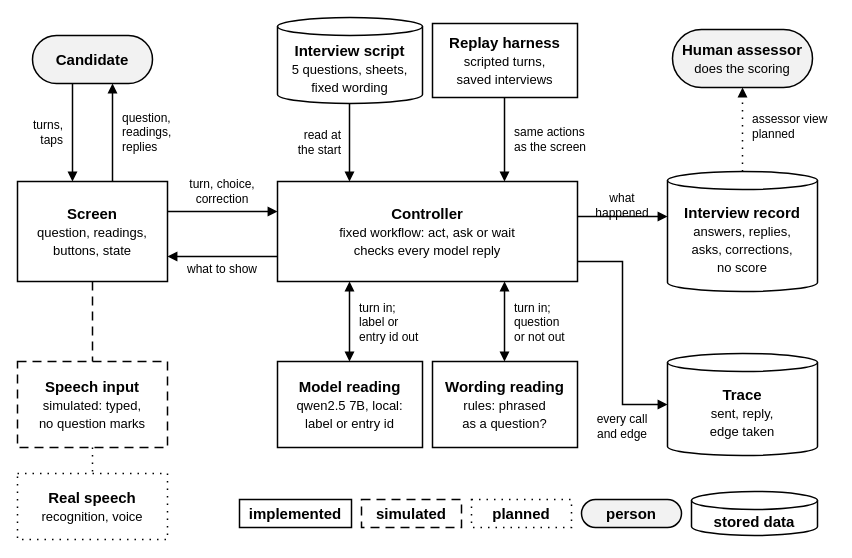
The draw.io diagram docs/architecture.drawio in ShreehariA/turncheck, before the edit. Source tidied: cells renumbered, new cells numbered last; positions are measured from the earlier drawing's top-left corner, leaving out a move shared by most shapes. Both pictures are drawn from the tidied source at 100%, with x=0, y=0 at pixel (17, 17).
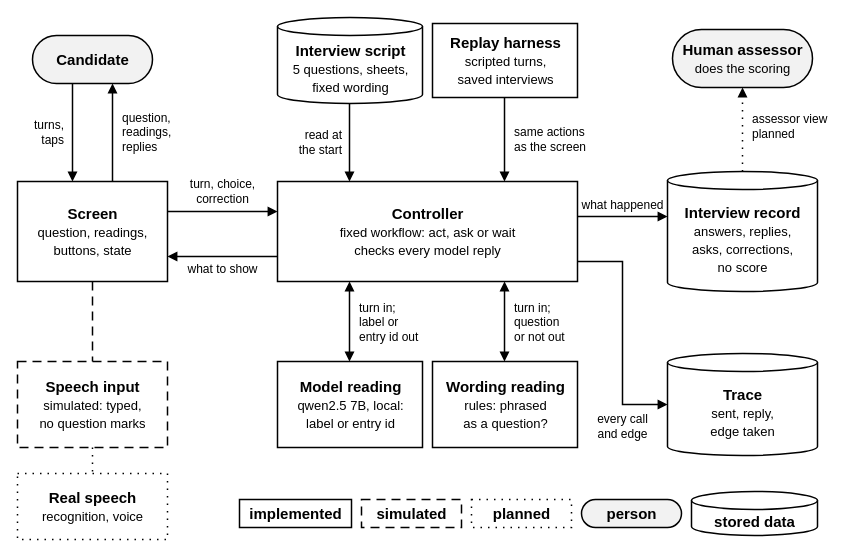
After the change.

Commit message (it also covers changes not shown here):
Diagrams: add the script that writes them; stop draw.io re-wrapping a label

Opened in draw.io's viewer, "what happened" wrapped onto its own arrow. Every
line break in the files is explicit, so wrapping is now off. The SVGs are unchanged.

Change to the diagram source:
```diff
@@
-    <mxCell id="2" value="&lt;b&gt;Candidate&lt;/b&gt;" style="rounded=1;arcSize=50;fillColor=#F2F2F2;whiteSpace=wrap;html=1;strokeColor=#000000;strokeWidth=1.5;fontColor=#000000;fontFamily=Helvetica;fontSize=15;" parent="1" vertex="1">
+    <mxCell id="2" value="&lt;b&gt;Candidate&lt;/b&gt;" style="rounded=1;arcSize=50;fillColor=#F2F2F2;html=1;strokeColor=#000000;strokeWidth=1.5;fontColor=#000000;fontFamily=Helvetica;fontSize=15;" parent="1" vertex="1">
       <mxGeometry x="15" y="18" width="120" height="48" as="geometry" />
     </mxCell>
-    <mxCell id="3" value="&lt;b&gt;Interview script&lt;/b&gt;&lt;br&gt;&lt;font style=&quot;font-size:13px&quot;&gt;5 questions, sheets,&lt;br&gt;fixed wording&lt;/font&gt;" style="shape=cylinder3;boundedLbl=1;backgroundOutline=1;size=9;fillColor=#FFFFFF;whiteSpace=wrap;html=1;strokeColor=#000000;strokeWidth=1.5;fontColor=#000000;fontFamily=Helvetica;fontSize=15;" parent="1" vertex="1">
+    <mxCell id="3" value="&lt;b&gt;Interview script&lt;/b&gt;&lt;br&gt;&lt;font style=&quot;font-size:13px&quot;&gt;5 questions, sheets,&lt;br&gt;fixed wording&lt;/font&gt;" style="shape=cylinder3;boundedLbl=1;backgroundOutline=1;size=9;fillColor=#FFFFFF;html=1;strokeColor=#000000;strokeWidth=1.5;fontColor=#000000;fontFamily=Helvetica;fontSize=15;" parent="1" vertex="1">
       <mxGeometry x="260" width="145" height="86" as="geometry" />
     </mxCell>
-    <mxCell id="4" value="&lt;b&gt;Replay harness&lt;/b&gt;&lt;br&gt;&lt;font style=&quot;font-size:13px&quot;&gt;scripted turns,&lt;br&gt;saved interviews&lt;/font&gt;" style="rounded=0;fillColor=#FFFFFF;whiteSpace=wrap;html=1;strokeColor=#000000;strokeWidth=1.5;fontColor=#000000;fontFamily=Helvetica;fontSize=15;" parent="1" vertex="1">
+    <mxCell id="4" value="&lt;b&gt;Replay harness&lt;/b&gt;&lt;br&gt;&lt;font style=&quot;font-size:13px&quot;&gt;scripted turns,&lt;br&gt;saved interviews&lt;/font&gt;" style="rounded=0;fillColor=#FFFFFF;html=1;strokeColor=#000000;strokeWidth=1.5;fontColor=#000000;fontFamily=Helvetica;fontSize=15;" parent="1" vertex="1">
       <mxGeometry x="415" y="6" width="145" height="74" as="geometry" />
     </mxCell>
-    <mxCell id="5" value="&lt;b&gt;Human assessor&lt;/b&gt;&lt;br&gt;&lt;font style=&quot;font-size:13px&quot;&gt;does the scoring&lt;/font&gt;" style="rounded=1;arcSize=50;fillColor=#F2F2F2;whiteSpace=wrap;html=1;strokeColor=#000000;strokeWidth=1.5;fontColor=#000000;fontFamily=Helvetica;fontSize=15;" parent="1" vertex="1">
+    <mxCell id="5" value="&lt;b&gt;Human assessor&lt;/b&gt;&lt;br&gt;&lt;font style=&quot;font-size:13px&quot;&gt;does the scoring&lt;/font&gt;" style="rounded=1;arcSize=50;fillColor=#F2F2F2;html=1;strokeColor=#000000;strokeWidth=1.5;fontColor=#000000;fontFamily=Helvetica;fontSize=15;" parent="1" vertex="1">
       <mxGeometry x="655" y="12" width="140" height="58" as="geometry" />
     </mxCell>
-    <mxCell id="6" value="&lt;b&gt;Screen&lt;/b&gt;&lt;br&gt;&lt;font style=&quot;font-size:13px&quot;&gt;question, readings,&lt;br&gt;buttons, state&lt;/font&gt;" style="rounded=0;fillColor=#FFFFFF;whiteSpace=wrap;html=1;strokeColor=#000000;strokeWidth=1.5;fontColor=#000000;fontFamily=Helvetica;fontSize=15;" parent="1" vertex="1">
+    <mxCell id="6" value="&lt;b&gt;Screen&lt;/b&gt;&lt;br&gt;&lt;font style=&quot;font-size:13px&quot;&gt;question, readings,&lt;br&gt;buttons, state&lt;/font&gt;" style="rounded=0;fillColor=#FFFFFF;html=1;strokeColor=#000000;strokeWidth=1.5;fontColor=#000000;fontFamily=Helvetica;fontSize=15;" parent="1" vertex="1">
       <mxGeometry y="164" width="150" height="100" as="geometry" />
     </mxCell>
-    <mxCell id="7" value="&lt;b&gt;Controller&lt;/b&gt;&lt;br&gt;&lt;font style=&quot;font-size:13px&quot;&gt;fixed workflow: act, ask or wait&lt;br&gt;checks every model reply&lt;/font&gt;" style="rounded=0;fillColor=#FFFFFF;whiteSpace=wrap;html=1;strokeColor=#000000;strokeWidth=1.5;fontColor=#000000;fontFamily=Helvetica;fontSize=15;" parent="1" vertex="1">
+    <mxCell id="7" value="&lt;b&gt;Controller&lt;/b&gt;&lt;br&gt;&lt;font style=&quot;font-size:13px&quot;&gt;fixed workflow: act, ask or wait&lt;br&gt;checks every model reply&lt;/font&gt;" style="rounded=0;fillColor=#FFFFFF;html=1;strokeColor=#000000;strokeWidth=1.5;fontColor=#000000;fontFamily=Helvetica;fontSize=15;" parent="1" vertex="1">
       <mxGeometry x="260" y="164" width="300" height="100" as="geometry" />
     </mxCell>
-    <mxCell id="8" value="&lt;b&gt;Interview record&lt;/b&gt;&lt;br&gt;&lt;font style=&quot;font-size:13px&quot;&gt;answers, replies,&lt;br&gt;asks, corrections,&lt;br&gt;no score&lt;/font&gt;" style="shape=cylinder3;boundedLbl=1;backgroundOutline=1;size=9;fillColor=#FFFFFF;whiteSpace=wrap;html=1;strokeColor=#000000;strokeWidth=1.5;fontColor=#000000;fontFamily=Helvetica;fontSize=15;" parent="1" vertex="1">
+    <mxCell id="8" value="&lt;b&gt;Interview record&lt;/b&gt;&lt;br&gt;&lt;font style=&quot;font-size:13px&quot;&gt;answers, replies,&lt;br&gt;asks, corrections,&lt;br&gt;no score&lt;/font&gt;" style="shape=cylinder3;boundedLbl=1;backgroundOutline=1;size=9;fillColor=#FFFFFF;html=1;strokeColor=#000000;strokeWidth=1.5;fontColor=#000000;fontFamily=Helvetica;fontSize=15;" parent="1" vertex="1">
       <mxGeometry x="650" y="154" width="150" height="120" as="geometry" />
     </mxCell>
-    <mxCell id="9" value="&lt;b&gt;Model reading&lt;/b&gt;&lt;br&gt;&lt;font style=&quot;font-size:13px&quot;&gt;qwen2.5 7B, local:&lt;br&gt;label or entry id&lt;/font&gt;" style="rounded=0;fillColor=#FFFFFF;whiteSpace=wrap;html=1;strokeColor=#000000;strokeWidth=1.5;fontColor=#000000;fontFamily=Helvetica;fontSize=15;" parent="1" vertex="1">
+    <mxCell id="9" value="&lt;b&gt;Model reading&lt;/b&gt;&lt;br&gt;&lt;font style=&quot;font-size:13px&quot;&gt;qwen2.5 7B, local:&lt;br&gt;label or entry id&lt;/font&gt;" style="rounded=0;fillColor=#FFFFFF;html=1;strokeColor=#000000;strokeWidth=1.5;fontColor=#000000;fontFamily=Helvetica;fontSize=15;" parent="1" vertex="1">
       <mxGeometry x="260" y="344" width="145" height="86" as="geometry" />
     </mxCell>
-    <mxCell id="10" value="&lt;b&gt;Wording reading&lt;/b&gt;&lt;br&gt;&lt;font style=&quot;font-size:13px&quot;&gt;rules: phrased&lt;br&gt;as a question?&lt;/font&gt;" style="rounded=0;fillColor=#FFFFFF;whiteSpace=wrap;html=1;strokeColor=#000000;strokeWidth=1.5;fontColor=#000000;fontFamily=Helvetica;fontSize=15;" parent="1" vertex="1">
+    <mxCell id="10" value="&lt;b&gt;Wording reading&lt;/b&gt;&lt;br&gt;&lt;font style=&quot;font-size:13px&quot;&gt;rules: phrased&lt;br&gt;as a question?&lt;/font&gt;" style="rounded=0;fillColor=#FFFFFF;html=1;strokeColor=#000000;strokeWidth=1.5;fontColor=#000000;fontFamily=Helvetica;fontSize=15;" parent="1" vertex="1">
       <mxGeometry x="415" y="344" width="145" height="86" as="geometry" />
     </mxCell>
-    <mxCell id="11" value="&lt;b&gt;Trace&lt;/b&gt;&lt;br&gt;&lt;font style=&quot;font-size:13px&quot;&gt;sent, reply,&lt;br&gt;edge taken&lt;/font&gt;" style="shape=cylinder3;boundedLbl=1;backgroundOutline=1;size=9;fillColor=#FFFFFF;whiteSpace=wrap;html=1;strokeColor=#000000;strokeWidth=1.5;fontColor=#000000;fontFamily=Helvetica;fontSize=15;" parent="1" vertex="1">
+    <mxCell id="11" value="&lt;b&gt;Trace&lt;/b&gt;&lt;br&gt;&lt;font style=&quot;font-size:13px&quot;&gt;sent, reply,&lt;br&gt;edge taken&lt;/font&gt;" style="shape=cylinder3;boundedLbl=1;backgroundOutline=1;size=9;fillColor=#FFFFFF;html=1;strokeColor=#000000;strokeWidth=1.5;fontColor=#000000;fontFamily=Helvetica;fontSize=15;" parent="1" vertex="1">
       <mxGeometry x="650" y="336" width="150" height="102" as="geometry" />
     </mxCell>
-    <mxCell id="12" value="&lt;b&gt;Speech input&lt;/b&gt;&lt;br&gt;&lt;font style=&quot;font-size:13px&quot;&gt;simulated: typed,&lt;br&gt;no question marks&lt;/font&gt;" style="rounded=0;fillColor=#FFFFFF;whiteSpace=wrap;html=1;strokeColor=#000000;strokeWidth=1.5;fontColor=#000000;fontFamily=Helvetica;fontSize=15;dashed=1;dashPattern=6 4;" parent="1" vertex="1">
+    <mxCell id="12" value="&lt;b&gt;Speech input&lt;/b&gt;&lt;br&gt;&lt;font style=&quot;font-size:13px&quot;&gt;simulated: typed,&lt;br&gt;no question marks&lt;/font&gt;" style="rounded=0;fillColor=#FFFFFF;html=1;strokeColor=#000000;strokeWidth=1.5;fontColor=#000000;fontFamily=Helvetica;fontSize=15;dashed=1;dashPattern=6 4;" parent="1" vertex="1">
       <mxGeometry y="344" width="150" height="86" as="geometry" />
     </mxCell>
-    <mxCell id="13" value="&lt;b&gt;Real speech&lt;/b&gt;&lt;br&gt;&lt;font style=&quot;font-size:13px&quot;&gt;recognition, voice&lt;/font&gt;" style="rounded=0;fillColor=#FFFFFF;whiteSpace=wrap;html=1;strokeColor=#000000;strokeWidth=1.5;fontColor=#000000;fontFamily=Helvetica;fontSize=15;dashed=1;dashPattern=1 4;" parent="1" vertex="1">
+    <mxCell id="13" value="&lt;b&gt;Real speech&lt;/b&gt;&lt;br&gt;&lt;font style=&quot;font-size:13px&quot;&gt;recognition, voice&lt;/font&gt;" style="rounded=0;fillColor=#FFFFFF;html=1;strokeColor=#000000;strokeWidth=1.5;fontColor=#000000;fontFamily=Helvetica;fontSize=15;dashed=1;dashPattern=1 4;" parent="1" vertex="1">
       <mxGeometry y="456" width="150" height="66" as="geometry" />
     </mxCell>
-    <mxCell id="14" value="&lt;b&gt;implemented&lt;/b&gt;" style="rounded=0;fillColor=#FFFFFF;whiteSpace=wrap;html=1;strokeColor=#000000;strokeWidth=1.5;fontColor=#000000;fontFamily=Helvetica;fontSize=15;" parent="1" vertex="1">
+    <mxCell id="14" value="&lt;b&gt;implemented&lt;/b&gt;" style="rounded=0;fillColor=#FFFFFF;html=1;strokeColor=#000000;strokeWidth=1.5;fontColor=#000000;fontFamily=Helvetica;fontSize=15;" parent="1" vertex="1">
       <mxGeometry x="222" y="482" width="112" height="28" as="geometry" />
     </mxCell>
-    <mxCell id="15" value="&lt;b&gt;simulated&lt;/b&gt;" style="rounded=0;fillColor=#FFFFFF;whiteSpace=wrap;html=1;strokeColor=#000000;strokeWidth=1.5;fontColor=#000000;fontFamily=Helvetica;fontSize=15;dashed=1;dashPattern=6 4;" parent="1" vertex="1">
+    <mxCell id="15" value="&lt;b&gt;simulated&lt;/b&gt;" style="rounded=0;fillColor=#FFFFFF;html=1;strokeColor=#000000;strokeWidth=1.5;fontColor=#000000;fontFamily=Helvetica;fontSize=15;dashed=1;dashPattern=6 4;" parent="1" vertex="1">
       <mxGeometry x="344" y="482" width="100" height="28" as="geometry" />
     </mxCell>
-    <mxCell id="16" value="&lt;b&gt;planned&lt;/b&gt;" style="rounded=0;fillColor=#FFFFFF;whiteSpace=wrap;html=1;strokeColor=#000000;strokeWidth=1.5;fontColor=#000000;fontFamily=Helvetica;fontSize=15;dashed=1;dashPattern=1 4;" parent="1" vertex="1">
+    <mxCell id="16" value="&lt;b&gt;planned&lt;/b&gt;" style="rounded=0;fillColor=#FFFFFF;html=1;strokeColor=#000000;strokeWidth=1.5;fontColor=#000000;fontFamily=Helvetica;fontSize=15;dashed=1;dashPattern=1 4;" parent="1" vertex="1">
       <mxGeometry x="454" y="482" width="100" height="28" as="geometry" />
     </mxCell>
-    <mxCell id="17" value="&lt;b&gt;person&lt;/b&gt;" style="rounded=1;arcSize=50;fillColor=#F2F2F2;whiteSpace=wrap;html=1;strokeColor=#000000;strokeWidth=1.5;fontColor=#000000;fontFamily=Helvetica;fontSize=15;" parent="1" vertex="1">
+    <mxCell id="17" value="&lt;b&gt;person&lt;/b&gt;" style="rounded=1;arcSize=50;fillColor=#F2F2F2;html=1;strokeColor=#000000;strokeWidth=1.5;fontColor=#000000;fontFamily=Helvetica;fontSize=15;" parent="1" vertex="1">
       <mxGeometry x="564" y="482" width="100" height="28" as="geometry" />
     </mxCell>
-    <mxCell id="18" value="&lt;b&gt;stored data&lt;/b&gt;" style="shape=cylinder3;boundedLbl=1;backgroundOutline=1;size=9;fillColor=#FFFFFF;whiteSpace=wrap;html=1;strokeColor=#000000;strokeWidth=1.5;fontColor=#000000;fontFamily=Helvetica;fontSize=15;" parent="1" vertex="1">
+    <mxCell id="18" value="&lt;b&gt;stored data&lt;/b&gt;" style="shape=cylinder3;boundedLbl=1;backgroundOutline=1;size=9;fillColor=#FFFFFF;html=1;strokeColor=#000000;strokeWidth=1.5;fontColor=#000000;fontFamily=Helvetica;fontSize=15;" parent="1" vertex="1">
       <mxGeometry x="674" y="474" width="126" height="44" as="geometry" />
     </mxCell>
@@
-    <mxCell id="32" value="turns,&lt;br&gt;taps" style="text;html=1;strokeColor=none;fillColor=none;align=right;verticalAlign=middle;whiteSpace=wrap;fontSize=12;fontColor=#000000;fontFamily=Helvetica;" parent="1" vertex="1">
+    <mxCell id="32" value="turns,&lt;br&gt;taps" style="text;html=1;strokeColor=none;fillColor=none;align=right;verticalAlign=middle;fontSize=12;fontColor=#000000;fontFamily=Helvetica;" parent="1" vertex="1">
       <mxGeometry x="6" y="98" width="42" height="34" as="geometry" />
     </mxCell>
-    <mxCell id="33" value="question,&lt;br&gt;readings,&lt;br&gt;replies" style="text;html=1;strokeColor=none;fillColor=none;align=left;verticalAlign=middle;whiteSpace=wrap;fontSize=12;fontColor=#000000;fontFamily=Helvetica;" parent="1" vertex="1">
+    <mxCell id="33" value="question,&lt;br&gt;readings,&lt;br&gt;replies" style="text;html=1;strokeColor=none;fillColor=none;align=left;verticalAlign=middle;fontSize=12;fontColor=#000000;fontFamily=Helvetica;" parent="1" vertex="1">
       <mxGeometry x="103" y="90" width="62" height="50" as="geometry" />
     </mxCell>
-    <mxCell id="34" value="turn, choice,&lt;br&gt;correction" style="text;html=1;strokeColor=none;fillColor=none;align=center;verticalAlign=middle;whiteSpace=wrap;fontSize=12;fontColor=#000000;fontFamily=Helvetica;" parent="1" vertex="1">
+    <mxCell id="34" value="turn, choice,&lt;br&gt;correction" style="text;html=1;strokeColor=none;fillColor=none;align=center;verticalAlign=middle;fontSize=12;fontColor=#000000;fontFamily=Helvetica;" parent="1" vertex="1">
       <mxGeometry x="155" y="158" width="100" height="32" as="geometry" />
     </mxCell>
-    <mxCell id="35" value="what to show" style="text;html=1;strokeColor=none;fillColor=none;align=center;verticalAlign=middle;whiteSpace=wrap;fontSize=12;fontColor=#000000;fontFamily=Helvetica;" parent="1" vertex="1">
+    <mxCell id="35" value="what to show" style="text;html=1;strokeColor=none;fillColor=none;align=center;verticalAlign=middle;fontSize=12;fontColor=#000000;fontFamily=Helvetica;" parent="1" vertex="1">
       <mxGeometry x="155" y="243" width="100" height="18" as="geometry" />
     </mxCell>
-    <mxCell id="36" value="read at&lt;br&gt;the start" style="text;html=1;strokeColor=none;fillColor=none;align=right;verticalAlign=middle;whiteSpace=wrap;fontSize=12;fontColor=#000000;fontFamily=Helvetica;" parent="1" vertex="1">
+    <mxCell id="36" value="read at&lt;br&gt;the start" style="text;html=1;strokeColor=none;fillColor=none;align=right;verticalAlign=middle;fontSize=12;fontColor=#000000;fontFamily=Helvetica;" parent="1" vertex="1">
       <mxGeometry x="264" y="108" width="62" height="34" as="geometry" />
     </mxCell>
-    <mxCell id="37" value="same actions&lt;br&gt;as the screen" style="text;html=1;strokeColor=none;fillColor=none;align=left;verticalAlign=middle;whiteSpace=wrap;fontSize=12;fontColor=#000000;fontFamily=Helvetica;" parent="1" vertex="1">
+    <mxCell id="37" value="same actions&lt;br&gt;as the screen" style="text;html=1;strokeColor=none;fillColor=none;align=left;verticalAlign=middle;fontSize=12;fontColor=#000000;fontFamily=Helvetica;" parent="1" vertex="1">
       <mxGeometry x="495" y="105" width="90" height="34" as="geometry" />
     </mxCell>
-    <mxCell id="38" value="turn in;&lt;br&gt;label or&lt;br&gt;entry id out" style="text;html=1;strokeColor=none;fillColor=none;align=left;verticalAlign=middle;whiteSpace=wrap;fontSize=12;fontColor=#000000;fontFamily=Helvetica;" parent="1" vertex="1">
+    <mxCell id="38" value="turn in;&lt;br&gt;label or&lt;br&gt;entry id out" style="text;html=1;strokeColor=none;fillColor=none;align=left;verticalAlign=middle;fontSize=12;fontColor=#000000;fontFamily=Helvetica;" parent="1" vertex="1">
       <mxGeometry x="340" y="280" width="80" height="50" as="geometry" />
     </mxCell>
-    <mxCell id="39" value="turn in;&lt;br&gt;question&lt;br&gt;or not out" style="text;html=1;strokeColor=none;fillColor=none;align=left;verticalAlign=middle;whiteSpace=wrap;fontSize=12;fontColor=#000000;fontFamily=Helvetica;" parent="1" vertex="1">
+    <mxCell id="39" value="turn in;&lt;br&gt;question&lt;br&gt;or not out" style="text;html=1;strokeColor=none;fillColor=none;align=left;verticalAlign=middle;fontSize=12;fontColor=#000000;fontFamily=Helvetica;" parent="1" vertex="1">
       <mxGeometry x="495" y="280" width="80" height="50" as="geometry" />
     </mxCell>
-    <mxCell id="40" value="what happened" style="text;html=1;strokeColor=none;fillColor=none;align=center;verticalAlign=middle;whiteSpace=wrap;fontSize=12;fontColor=#000000;fontFamily=Helvetica;" parent="1" vertex="1">
+    <mxCell id="40" value="what happened" style="text;html=1;strokeColor=none;fillColor=none;align=center;verticalAlign=middle;fontSize=12;fontColor=#000000;fontFamily=Helvetica;" parent="1" vertex="1">
       <mxGeometry x="563" y="179" width="84" height="17" as="geometry" />
     </mxCell>
-    <mxCell id="41" value="every call&lt;br&gt;and edge" style="text;html=1;strokeColor=none;fillColor=none;align=center;verticalAlign=middle;whiteSpace=wrap;fontSize=12;fontColor=#000000;fontFamily=Helvetica;" parent="1" vertex="1">
+    <mxCell id="41" value="every call&lt;br&gt;and edge" style="text;html=1;strokeColor=none;fillColor=none;align=center;verticalAlign=middle;fontSize=12;fontColor=#000000;fontFamily=Helvetica;" parent="1" vertex="1">
       <mxGeometry x="565" y="392" width="80" height="34" as="geometry" />
     </mxCell>
-    <mxCell id="42" value="assessor view&lt;br&gt;planned" style="text;html=1;strokeColor=none;fillColor=none;align=left;verticalAlign=middle;whiteSpace=wrap;fontSize=12;fontColor=#000000;fontFamily=Helvetica;" parent="1" vertex="1">
+    <mxCell id="42" value="assessor view&lt;br&gt;planned" style="text;html=1;strokeColor=none;fillColor=none;align=left;verticalAlign=middle;fontSize=12;fontColor=#000000;fontFamily=Helvetica;" parent="1" vertex="1">
       <mxGeometry x="733" y="92" width="84" height="34" as="geometry" />
     </mxCell>
```
